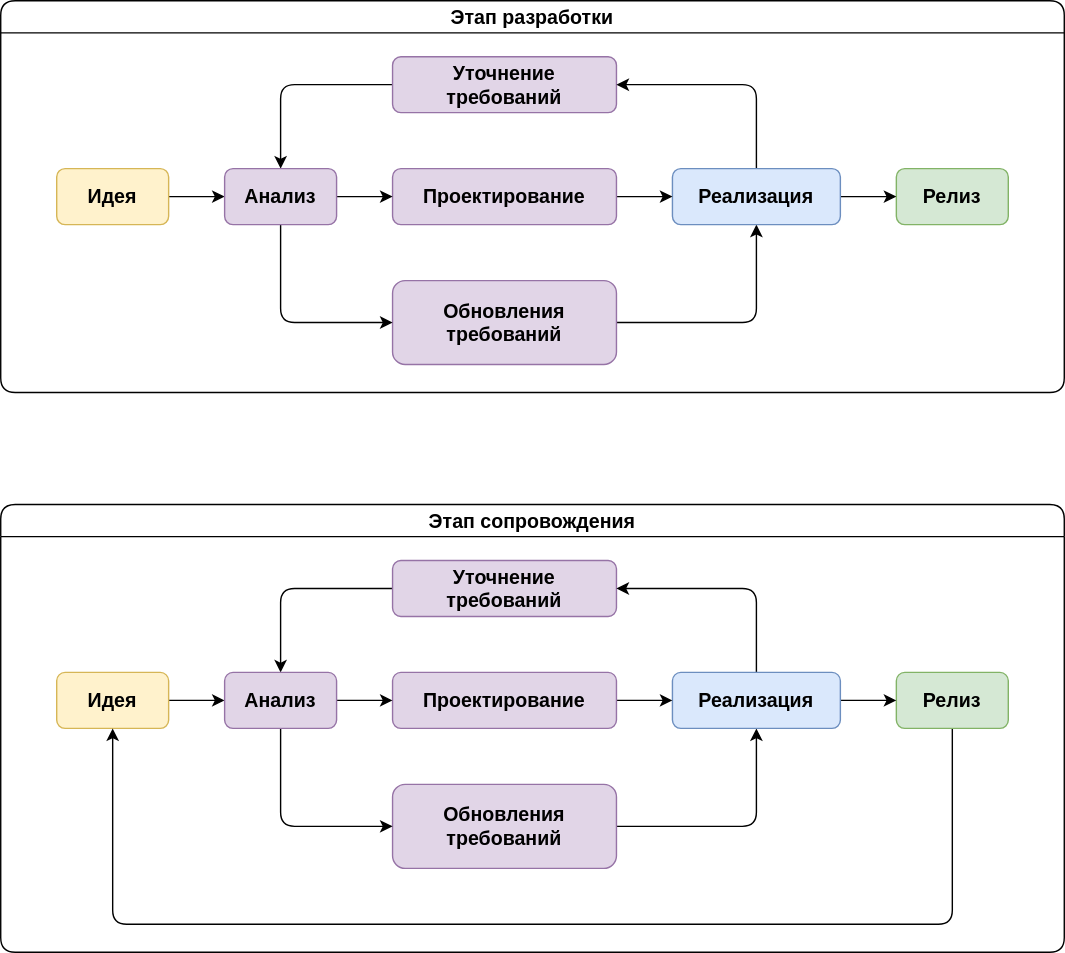
taraswww777/diagrams.net keeps this draw.io diagram as Жизненный цикл проекта.drawio.svg. Above is the earlier version. Source tidied: cells renumbered, new cells last; positions are measured from the earlier drawing's top-left corner, leaving out a move shared by most shapes.
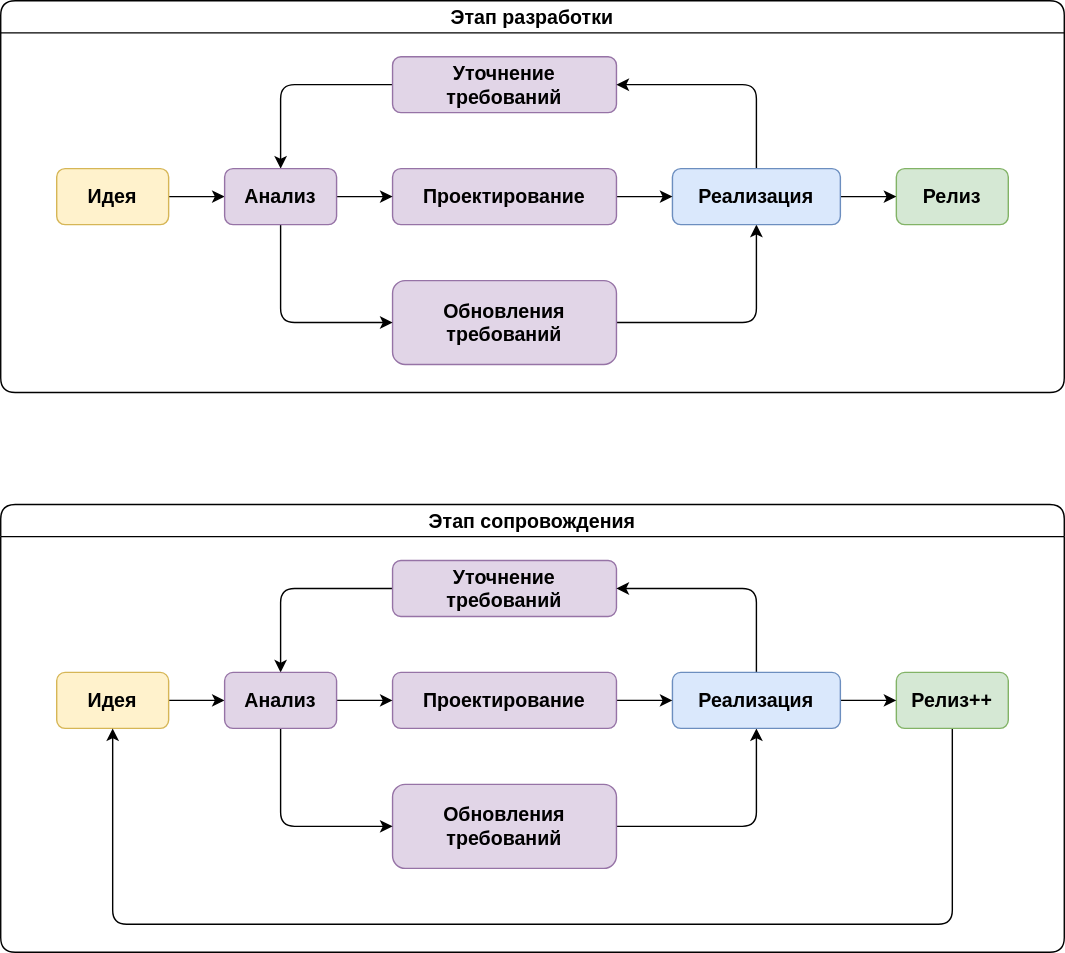
The same diagram one commit later.

The edit, as a diff of the source:
```diff
@@ -87,7 +87,7 @@
         </Array>
       </mxGeometry>
     </mxCell>
-    <mxCell id="26" value="Релиз" style="rounded=1;whiteSpace=wrap;html=1;fillColor=#d5e8d4;strokeColor=#82b366;fontStyle=1;fontSize=14;" parent="18" vertex="1">
+    <mxCell id="26" value="Релиз++" style="rounded=1;whiteSpace=wrap;html=1;fillColor=#d5e8d4;strokeColor=#82b366;fontStyle=1;fontSize=14;" parent="18" vertex="1">
       <mxGeometry x="640" y="120" width="80" height="40" as="geometry" />
     </mxCell>
     <mxCell id="27" style="edgeStyle=orthogonalEdgeStyle;rounded=1;jettySize=auto;html=1;fontStyle=1;fontSize=14;" parent="18" edge="1" source="29" target="26">
```
